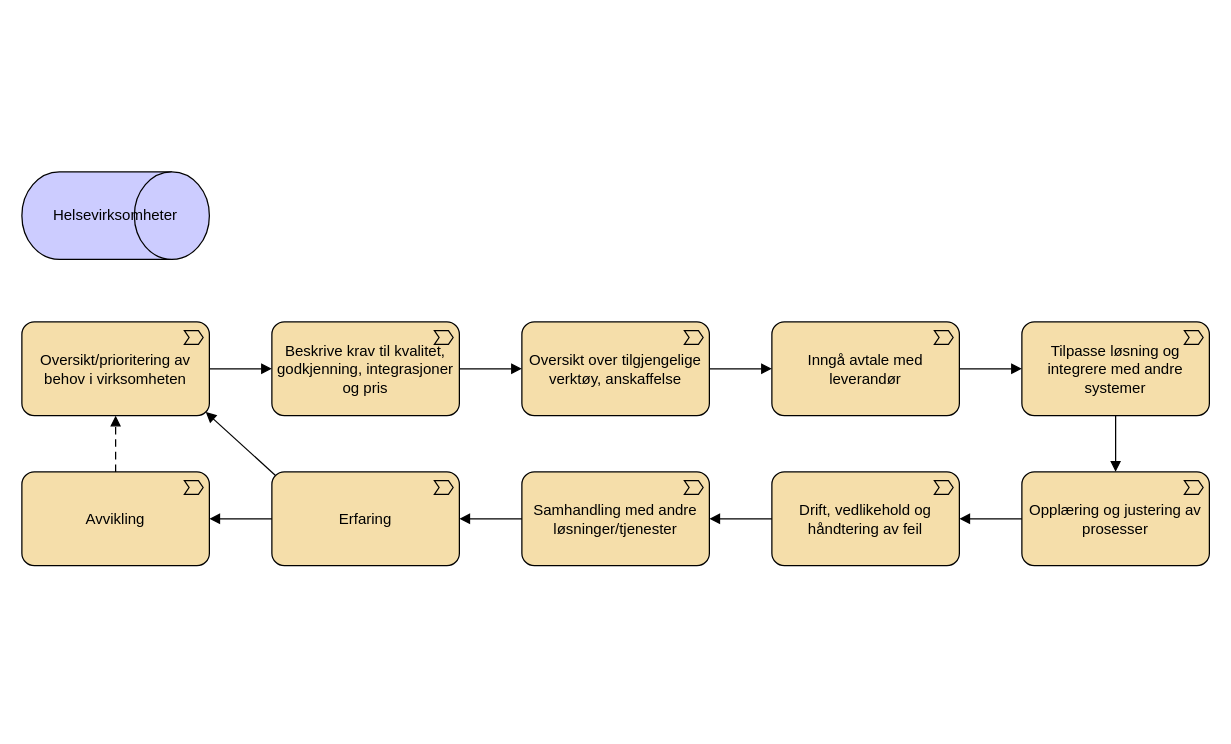
Above: page "verdikjede-virksomheter" (8 of 8) of docs/strategi/value-chain.drawio in hdir/Digital-Forstelinje (draw.io), before the change. Source tidied: cells renumbered, new cells numbered last; positions are measured from the earlier drawing's top-left corner, leaving out a move shared by most shapes. Both pictures are drawn from the tidied source at 125%, with x=0, y=0 at pixel (21, 171).
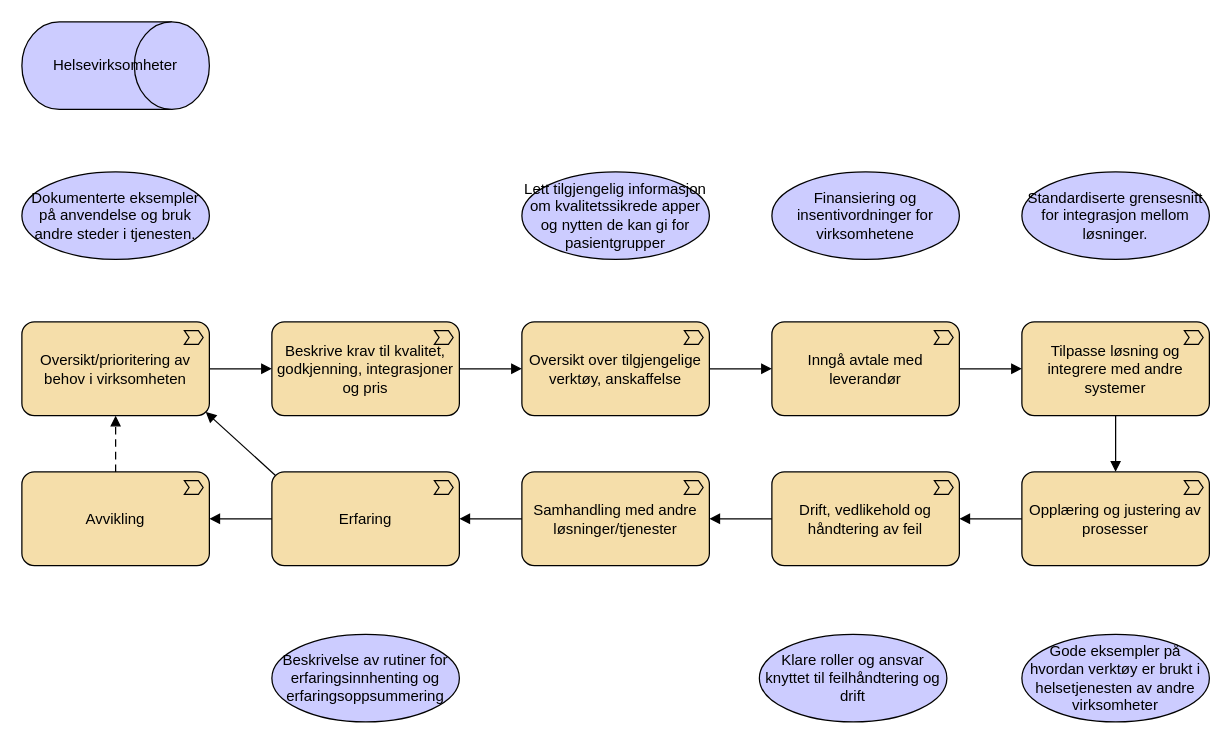
The same page after the edit.

Diff of the diagram source:
```diff
@@
     <mxCell id="23" value="Helsevirksomheter" style="html=1;whiteSpace=wrap;fillColor=#CCCCFF;shape=mxgraph.archimate3.role;" parent="1" vertex="1">
-      <mxGeometry width="150" height="70" as="geometry" />
+      <mxGeometry y="-120" width="150" height="70" as="geometry" />
     </mxCell>
+    <mxCell id="24" value="Lett tilgjengelig informasjon om kvalitetssikrede apper og nytten de kan gi for pasientgrupper" style="shape=ellipse;html=1;whiteSpace=wrap;fillColor=#CCCCFF;" parent="1" vertex="1">
+      <mxGeometry x="400" width="150" height="70" as="geometry" />
+    </mxCell>
+    <mxCell id="25" value="Finansiering og insentivordninger for virksomhetene" style="shape=ellipse;html=1;whiteSpace=wrap;fillColor=#CCCCFF;" parent="1" vertex="1">
+      <mxGeometry x="600" width="150" height="70" as="geometry" />
+    </mxCell>
+    <mxCell id="26" value="Standardiserte grensesnitt for integrasjon mellom løsninger." style="shape=ellipse;html=1;whiteSpace=wrap;fillColor=#CCCCFF;" parent="1" vertex="1">
+      <mxGeometry x="800" width="150" height="70" as="geometry" />
+    </mxCell>
+    <mxCell id="27" value="Gode eksempler på hvordan verktøy er brukt i helsetjenesten av andre virksomheter" style="shape=ellipse;html=1;whiteSpace=wrap;fillColor=#CCCCFF;" parent="1" vertex="1">
+      <mxGeometry x="800" y="370" width="150" height="70" as="geometry" />
+    </mxCell>
+    <mxCell id="28" value="Klare roller og ansvar knyttet til feilhåndtering og drift" style="shape=ellipse;html=1;whiteSpace=wrap;fillColor=#CCCCFF;" parent="1" vertex="1">
+      <mxGeometry x="590" y="370" width="150" height="70" as="geometry" />
+    </mxCell>
+    <mxCell id="29" value="Beskrivelse av rutiner for erfaringsinnhenting og erfaringsoppsummering" style="shape=ellipse;html=1;whiteSpace=wrap;fillColor=#CCCCFF;" parent="1" vertex="1">
+      <mxGeometry x="200" y="370" width="150" height="70" as="geometry" />
+    </mxCell>
+    <mxCell id="30" value="Dokumenterte eksempler på anvendelse og bruk andre steder i tjenesten." style="shape=ellipse;html=1;whiteSpace=wrap;fillColor=#CCCCFF;" parent="1" vertex="1">
+      <mxGeometry width="150" height="70" as="geometry" />
+    </mxCell>
```
